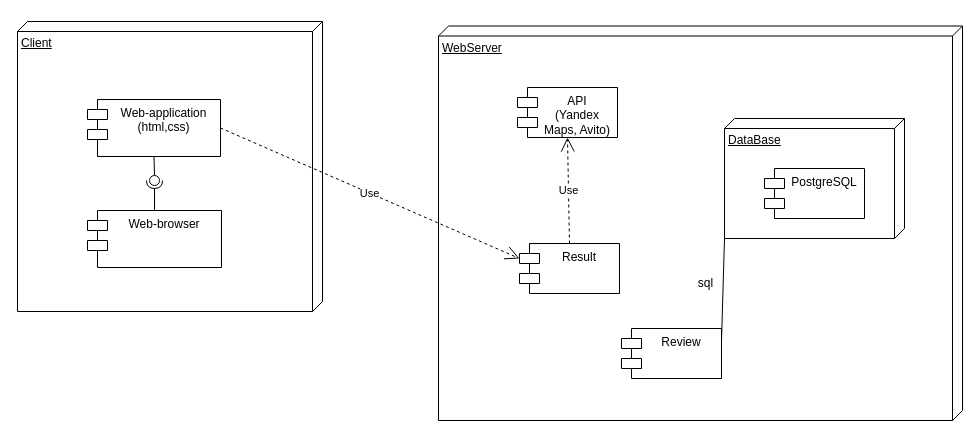
Earlier version of the draw.io diagram Диаграмма компонентов.drawio (elmirhismatov/Diplom). Source tidied: cells renumbered, new cells numbered last; positions are measured from the earlier drawing's top-left corner, leaving out a move shared by most shapes. Both pictures are drawn from the tidied source at 100%, with x=0, y=0 at pixel (17, 21).
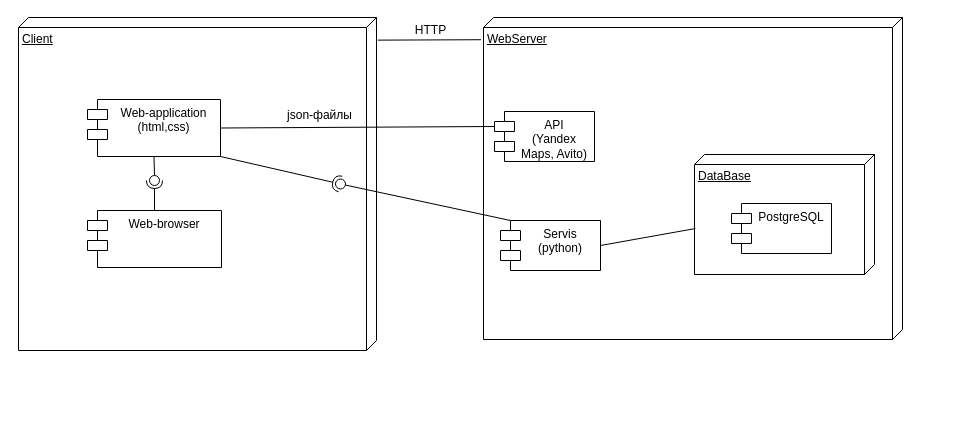
Above is the later version.

The change refers to these unchanged cells:
```xml
<mxCell id="3" value="Web-application&lt;br&gt;(html,css)" style="shape=module;align=left;spacingLeft=20;align=center;verticalAlign=top;whiteSpace=wrap;html=1;" parent="1" vertex="1">
  <mxGeometry x="70" y="78" width="133" height="57" as="geometry" />
</mxCell>
```

The edit, as a diff of the source:
```diff
@@
     <mxCell id="2" value="Client" style="verticalAlign=top;align=left;spacingTop=8;spacingLeft=2;spacingRight=12;shape=cube;size=10;direction=south;fontStyle=4;html=1;whiteSpace=wrap;" parent="1" vertex="1">
-      <mxGeometry width="305" height="290" as="geometry" />
+      <mxGeometry x="1" y="-4" width="358" height="333" as="geometry" />
     </mxCell>
@@
     <mxCell id="8" value="WebServer" style="verticalAlign=top;align=left;spacingTop=8;spacingLeft=2;spacingRight=12;shape=cube;size=10;direction=south;fontStyle=4;html=1;whiteSpace=wrap;" parent="1" vertex="1">
-      <mxGeometry x="421" y="4.5" width="524" height="394.5" as="geometry" />
+      <mxGeometry x="466" y="-4" width="419" height="322" as="geometry" />
     </mxCell>
     <mxCell id="9" value="API&lt;br&gt;(Yandex Maps, Avito)" style="shape=module;align=left;spacingLeft=20;align=center;verticalAlign=top;whiteSpace=wrap;html=1;" parent="1" vertex="1">
-      <mxGeometry x="500" y="66" width="100" height="50" as="geometry" />
+      <mxGeometry x="477" y="90" width="100" height="50" as="geometry" />
     </mxCell>
-    <mxCell id="10" value="Use" style="endArrow=open;endSize=12;dashed=1;html=1;rounded=0;exitX=1;exitY=0.5;exitDx=0;exitDy=0;entryX=0;entryY=0;entryDx=0;entryDy=15;entryPerimeter=0;" parent="1" edge="1" source="3" target="16">
-      <mxGeometry relative="1" as="geometry" />
-    </mxCell>
     <mxCell id="11" value="DataBase" style="verticalAlign=top;align=left;spacingTop=8;spacingLeft=2;spacingRight=12;shape=cube;size=10;direction=south;fontStyle=4;html=1;whiteSpace=wrap;" parent="1" vertex="1">
-      <mxGeometry x="707" y="97" width="180" height="120" as="geometry" />
+      <mxGeometry x="677" y="133" width="180" height="120" as="geometry" />
     </mxCell>
     <mxCell id="12" value="PostgreSQL" style="shape=module;align=left;spacingLeft=20;align=center;verticalAlign=top;whiteSpace=wrap;html=1;" parent="1" vertex="1">
-      <mxGeometry x="747" y="147" width="100" height="50" as="geometry" />
+      <mxGeometry x="714" y="182" width="100" height="50" as="geometry" />
     </mxCell>
-    <mxCell id="13" value="Review" style="shape=module;align=left;spacingLeft=20;align=center;verticalAlign=top;whiteSpace=wrap;html=1;" parent="1" vertex="1">
-      <mxGeometry x="604" y="307" width="100" height="50" as="geometry" />
-    </mxCell>
-    <mxCell id="14" style="endArrow=none;html=1;rounded=0;entryX=1;entryY=1;entryDx=0;entryDy=0;entryPerimeter=0;exitX=1;exitY=0.25;exitDx=0;exitDy=0;" parent="1" edge="1" source="13" target="11">
-      <mxGeometry relative="1" as="geometry" />
-    </mxCell>
-    <mxCell id="15" value="sql" style="text;html=1;align=center;verticalAlign=middle;strokeColor=none;fillColor=none;" parent="1" vertex="1">
-      <mxGeometry x="671" y="249" width="33" height="26" as="geometry" />
-    </mxCell>
-    <mxCell id="16" value="Result" style="shape=module;align=left;spacingLeft=20;align=center;verticalAlign=top;whiteSpace=wrap;html=1;" parent="1" vertex="1">
-      <mxGeometry x="502" y="222" width="100" height="50" as="geometry" />
-    </mxCell>
-    <mxCell id="17" value="Use" style="endArrow=open;endSize=12;dashed=1;html=1;rounded=0;exitX=0.5;exitY=0;exitDx=0;exitDy=0;entryX=0.5;entryY=1;entryDx=0;entryDy=0;" parent="1" edge="1" source="16" target="9">
-      <mxGeometry relative="1" as="geometry" />
-    </mxCell>
+    <mxCell id="18" value="Servis&lt;br&gt;(python)" style="shape=module;align=left;spacingLeft=20;align=center;verticalAlign=top;whiteSpace=wrap;html=1;" parent="1" vertex="1">
+      <mxGeometry x="483" y="199" width="100" height="50" as="geometry" />
+    </mxCell>
+    <mxCell id="19" style="rounded=0;jettySize=auto;html=1;endArrow=none;endFill=0;sketch=0;sourcePerimeterSpacing=0;targetPerimeterSpacing=0;exitX=0;exitY=0;exitDx=10;exitDy=0;exitPerimeter=0;" parent="1" edge="1" source="18" target="21">
+      <mxGeometry relative="1" as="geometry" />
+    </mxCell>
+    <mxCell id="20" style="rounded=0;jettySize=auto;html=1;endArrow=halfCircle;endFill=0;entryX=0.5;entryY=0.5;endSize=6;strokeWidth=1;sketch=0;exitX=1;exitY=1;exitDx=0;exitDy=0;" parent="1" edge="1" source="3" target="21">
+      <mxGeometry relative="1" as="geometry" />
+    </mxCell>
+    <mxCell id="21" style="ellipse;whiteSpace=wrap;html=1;align=center;points=[];outlineConnect=0;sketch=0;" parent="1" vertex="1">
+      <mxGeometry x="318" y="157.5" width="10" height="10" as="geometry" />
+    </mxCell>
+    <mxCell id="22" style="endArrow=none;html=1;rounded=0;exitX=0.068;exitY=-0.004;exitDx=0;exitDy=0;exitPerimeter=0;entryX=0.069;entryY=1.006;entryDx=0;entryDy=0;entryPerimeter=0;" parent="1" edge="1" source="2" target="8">
+      <mxGeometry relative="1" as="geometry" />
+    </mxCell>
+    <mxCell id="23" value="HTTP" style="text;html=1;align=center;verticalAlign=middle;strokeColor=none;fillColor=none;" parent="1" vertex="1">
+      <mxGeometry x="388" y="-4" width="49" height="26" as="geometry" />
+    </mxCell>
+    <mxCell id="24" style="endArrow=none;html=1;rounded=0;exitX=1;exitY=0.5;exitDx=0;exitDy=0;entryX=0;entryY=0;entryDx=0;entryDy=15;entryPerimeter=0;" parent="1" edge="1" source="3" target="9">
+      <mxGeometry relative="1" as="geometry" />
+    </mxCell>
+    <mxCell id="25" value="json-файлы" style="text;html=1;align=center;verticalAlign=middle;strokeColor=none;fillColor=none;" parent="1" vertex="1">
+      <mxGeometry x="260" y="81" width="83" height="26" as="geometry" />
+    </mxCell>
+    <mxCell id="26" style="endArrow=none;html=1;rounded=0;exitX=0.617;exitY=0.995;exitDx=0;exitDy=0;exitPerimeter=0;entryX=1;entryY=0.5;entryDx=0;entryDy=0;" parent="1" edge="1" source="11" target="18">
+      <mxGeometry relative="1" as="geometry" />
+    </mxCell>
```
